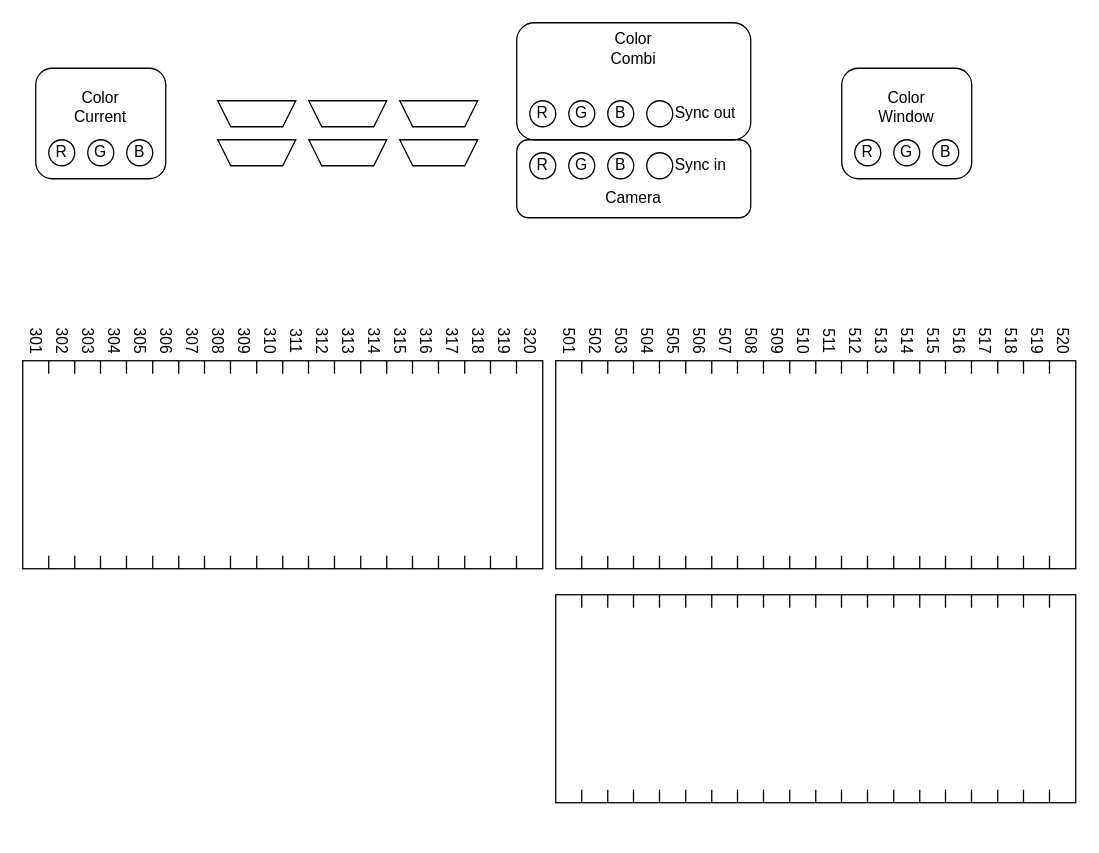
This is hardware/Aesthedes 2 HW.drawio from egueli/Aesthedes-notes, a draw.io file, before an edit. Source tidied: cells renumbered, new cells numbered last; positions are measured from the earlier drawing's top-left corner, leaving out a move shared by most shapes. Both pictures are drawn from the tidied source at 130%, with x=0, y=0 at pixel (16, 22).
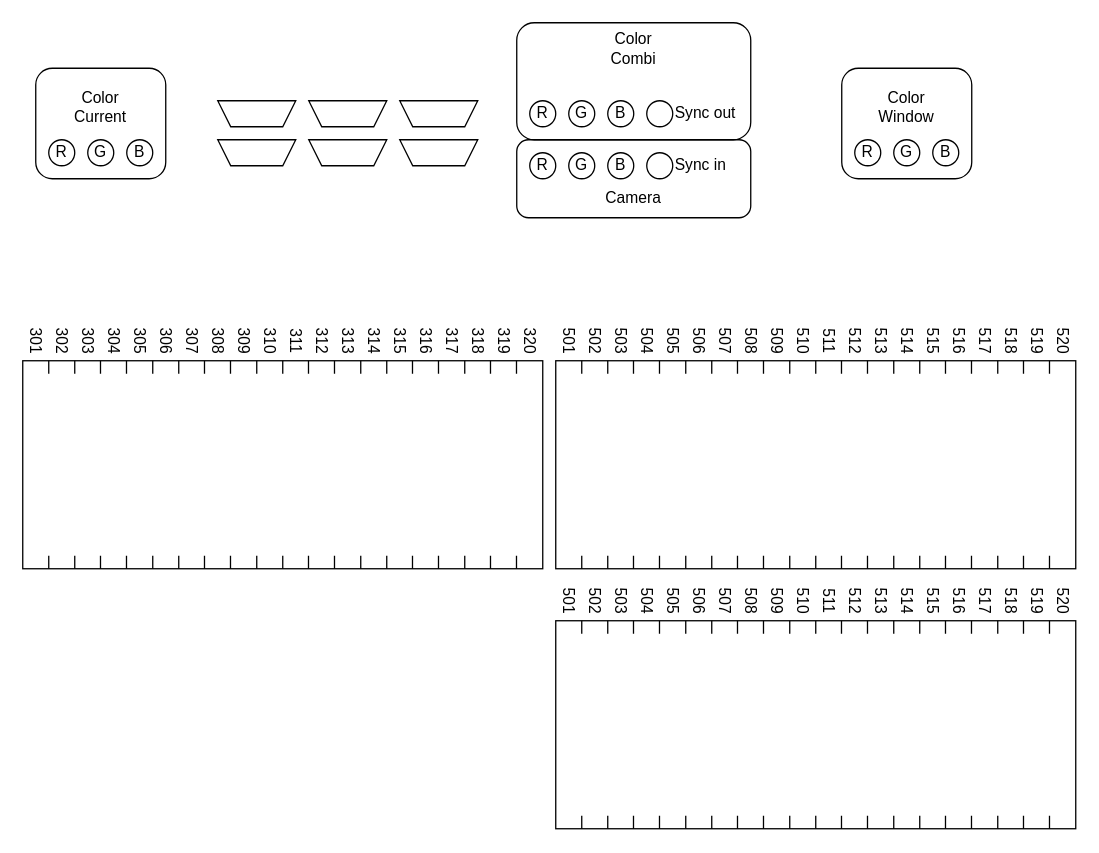
Above is the later version.

Commit message:
dup slot numbers

What changed in the source:
```diff
@@
     <mxCell id="112" style="group;" parent="1" vertex="1">
-      <mxGeometry x="415" y="440" width="400" height="160" as="geometry" />
+      <mxGeometry x="415" y="460" width="400" height="160" as="geometry" />
     </mxCell>
@@
+    <mxCell id="192" value="&lt;div&gt;501&lt;/div&gt;" style="text;html=1;whiteSpace=wrap;strokeColor=none;fillColor=none;align=center;verticalAlign=middle;rounded=0;rotation=90;" parent="1" vertex="1">
+      <mxGeometry x="410" y="435" width="30" height="20" as="geometry" />
+    </mxCell>
+    <mxCell id="193" value="&lt;div&gt;502&lt;/div&gt;" style="text;html=1;whiteSpace=wrap;strokeColor=none;fillColor=none;align=center;verticalAlign=middle;rounded=0;rotation=90;" parent="1" vertex="1">
+      <mxGeometry x="430" y="435" width="30" height="20" as="geometry" />
+    </mxCell>
+    <mxCell id="194" value="&lt;div&gt;504&lt;/div&gt;" style="text;html=1;whiteSpace=wrap;strokeColor=none;fillColor=none;align=center;verticalAlign=middle;rounded=0;rotation=90;" parent="1" vertex="1">
+      <mxGeometry x="470" y="435" width="30" height="20" as="geometry" />
+    </mxCell>
+    <mxCell id="195" value="&lt;div&gt;503&lt;/div&gt;" style="text;html=1;whiteSpace=wrap;strokeColor=none;fillColor=none;align=center;verticalAlign=middle;rounded=0;rotation=90;" parent="1" vertex="1">
+      <mxGeometry x="450" y="435" width="30" height="20" as="geometry" />
+    </mxCell>
+    <mxCell id="196" value="&lt;div&gt;505&lt;/div&gt;" style="text;html=1;whiteSpace=wrap;strokeColor=none;fillColor=none;align=center;verticalAlign=middle;rounded=0;rotation=90;" parent="1" vertex="1">
+      <mxGeometry x="490" y="435" width="30" height="20" as="geometry" />
+    </mxCell>
+    <mxCell id="197" value="&lt;div&gt;506&lt;/div&gt;" style="text;html=1;whiteSpace=wrap;strokeColor=none;fillColor=none;align=center;verticalAlign=middle;rounded=0;rotation=90;" parent="1" vertex="1">
+      <mxGeometry x="510" y="435" width="30" height="20" as="geometry" />
+    </mxCell>
+    <mxCell id="198" value="&lt;div&gt;508&lt;/div&gt;" style="text;html=1;whiteSpace=wrap;strokeColor=none;fillColor=none;align=center;verticalAlign=middle;rounded=0;rotation=90;" parent="1" vertex="1">
+      <mxGeometry x="550" y="435" width="30" height="20" as="geometry" />
+    </mxCell>
+    <mxCell id="199" value="&lt;div&gt;507&lt;/div&gt;" style="text;html=1;whiteSpace=wrap;strokeColor=none;fillColor=none;align=center;verticalAlign=middle;rounded=0;rotation=90;" parent="1" vertex="1">
+      <mxGeometry x="530" y="435" width="30" height="20" as="geometry" />
+    </mxCell>
+    <mxCell id="200" value="&lt;div&gt;509&lt;/div&gt;" style="text;html=1;whiteSpace=wrap;strokeColor=none;fillColor=none;align=center;verticalAlign=middle;rounded=0;rotation=90;" parent="1" vertex="1">
+      <mxGeometry x="570" y="435" width="30" height="20" as="geometry" />
+    </mxCell>
+    <mxCell id="201" value="&lt;div&gt;510&lt;/div&gt;" style="text;html=1;whiteSpace=wrap;strokeColor=none;fillColor=none;align=center;verticalAlign=middle;rounded=0;rotation=90;" parent="1" vertex="1">
+      <mxGeometry x="590" y="435" width="30" height="20" as="geometry" />
+    </mxCell>
+    <mxCell id="202" value="&lt;div&gt;512&lt;/div&gt;" style="text;html=1;whiteSpace=wrap;strokeColor=none;fillColor=none;align=center;verticalAlign=middle;rounded=0;rotation=90;" parent="1" vertex="1">
+      <mxGeometry x="630" y="435" width="30" height="20" as="geometry" />
+    </mxCell>
+    <mxCell id="203" value="&lt;div&gt;511&lt;/div&gt;" style="text;html=1;whiteSpace=wrap;strokeColor=none;fillColor=none;align=center;verticalAlign=middle;rounded=0;rotation=90;" parent="1" vertex="1">
+      <mxGeometry x="610" y="435" width="30" height="20" as="geometry" />
+    </mxCell>
+    <mxCell id="204" value="&lt;div&gt;513&lt;/div&gt;" style="text;html=1;whiteSpace=wrap;strokeColor=none;fillColor=none;align=center;verticalAlign=middle;rounded=0;rotation=90;" parent="1" vertex="1">
+      <mxGeometry x="650" y="435" width="30" height="20" as="geometry" />
+    </mxCell>
+    <mxCell id="205" value="&lt;div&gt;514&lt;/div&gt;" style="text;html=1;whiteSpace=wrap;strokeColor=none;fillColor=none;align=center;verticalAlign=middle;rounded=0;rotation=90;" parent="1" vertex="1">
+      <mxGeometry x="670" y="435" width="30" height="20" as="geometry" />
+    </mxCell>
+    <mxCell id="206" value="&lt;div&gt;516&lt;/div&gt;" style="text;html=1;whiteSpace=wrap;strokeColor=none;fillColor=none;align=center;verticalAlign=middle;rounded=0;rotation=90;" parent="1" vertex="1">
+      <mxGeometry x="710" y="435" width="30" height="20" as="geometry" />
+    </mxCell>
+    <mxCell id="207" value="&lt;div&gt;515&lt;/div&gt;" style="text;html=1;whiteSpace=wrap;strokeColor=none;fillColor=none;align=center;verticalAlign=middle;rounded=0;rotation=90;" parent="1" vertex="1">
+      <mxGeometry x="690" y="435" width="30" height="20" as="geometry" />
+    </mxCell>
+    <mxCell id="208" value="&lt;div&gt;520&lt;/div&gt;" style="text;html=1;whiteSpace=wrap;strokeColor=none;fillColor=none;align=center;verticalAlign=middle;rounded=0;rotation=90;" parent="1" vertex="1">
+      <mxGeometry x="790" y="435" width="30" height="20" as="geometry" />
+    </mxCell>
+    <mxCell id="209" value="&lt;div&gt;519&lt;/div&gt;" style="text;html=1;whiteSpace=wrap;strokeColor=none;fillColor=none;align=center;verticalAlign=middle;rounded=0;rotation=90;" parent="1" vertex="1">
+      <mxGeometry x="770" y="435" width="30" height="20" as="geometry" />
+    </mxCell>
+    <mxCell id="210" value="&lt;div&gt;518&lt;/div&gt;" style="text;html=1;whiteSpace=wrap;strokeColor=none;fillColor=none;align=center;verticalAlign=middle;rounded=0;rotation=90;" parent="1" vertex="1">
+      <mxGeometry x="750" y="435" width="30" height="20" as="geometry" />
+    </mxCell>
+    <mxCell id="211" value="&lt;div&gt;517&lt;/div&gt;" style="text;html=1;whiteSpace=wrap;strokeColor=none;fillColor=none;align=center;verticalAlign=middle;rounded=0;rotation=90;" parent="1" vertex="1">
+      <mxGeometry x="730" y="435" width="30" height="20" as="geometry" />
+    </mxCell>
```
